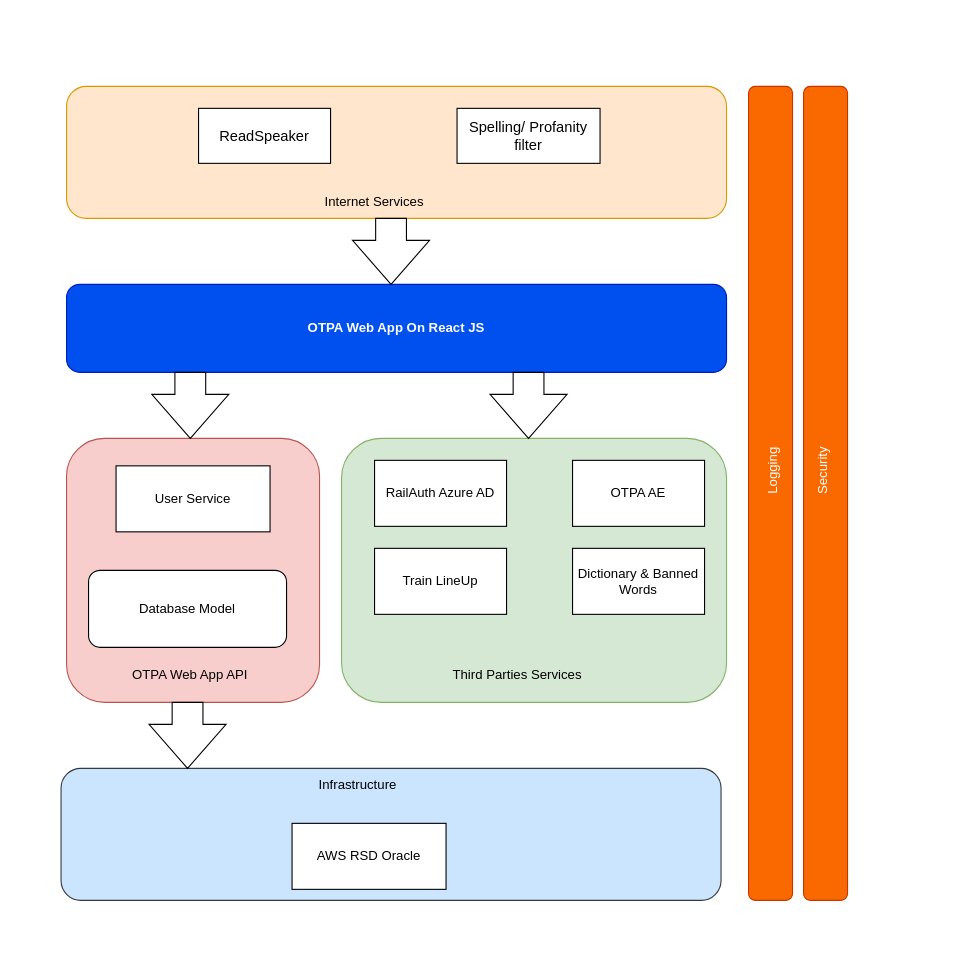
The draw.io diagram common sequence  Diagram.drawio in dieunguyen2003/deploycode, before the edit. Source tidied: cells renumbered, new cells numbered last; positions are measured from the earlier drawing's top-left corner, leaving out a move shared by most shapes. Both pictures are drawn from the tidied source at 110%, with x=0, y=0 at pixel (61, 86).
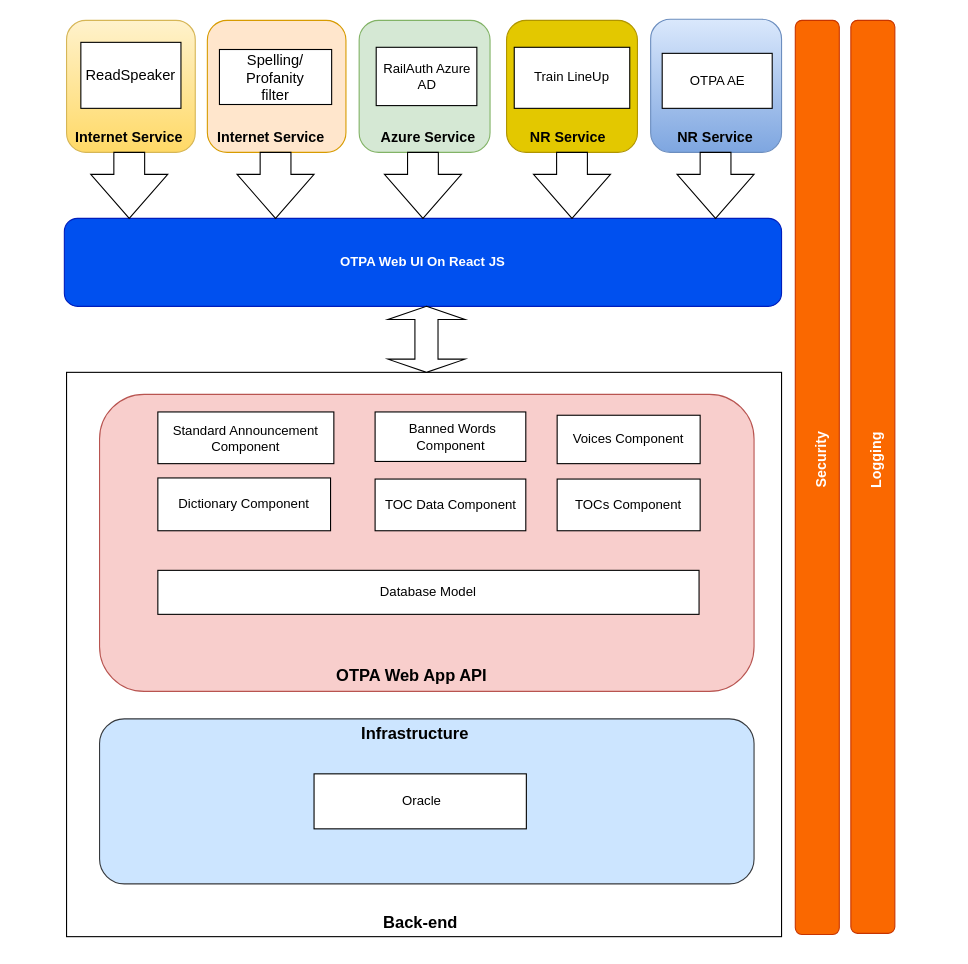
After the change.

Change to the diagram source:
```diff
@@
+    <mxCell id="28" style="rounded=0;whiteSpace=wrap;html=1;labelBorderColor=default;fontSize=13;fontColor=#FFFFFF;" parent="1" vertex="1">
+      <mxGeometry x="5" y="260" width="650" height="513" as="geometry" />
+    </mxCell>
+    <mxCell id="29" style="rounded=1;whiteSpace=wrap;html=1;fillColor=#dae8fc;strokeColor=#6c8ebf;gradientColor=#7ea6e0;" parent="1" vertex="1">
+      <mxGeometry x="536" y="-61" width="119" height="121" as="geometry" />
+    </mxCell>
+    <mxCell id="30" style="rounded=1;whiteSpace=wrap;html=1;fillColor=#e3c800;strokeColor=#B09500;fontColor=#000000;" parent="1" vertex="1">
+      <mxGeometry x="405" y="-60" width="119" height="120" as="geometry" />
+    </mxCell>
+    <mxCell id="31" style="rounded=1;whiteSpace=wrap;html=1;fillColor=#ffe6cc;strokeColor=#d79b00;" parent="1" vertex="1">
+      <mxGeometry x="133" y="-60" width="126" height="120" as="geometry" />
+    </mxCell>
-    <mxCell id="2" value="&lt;b&gt;OTPA Web App On React JS&lt;/b&gt;" style="rounded=1;whiteSpace=wrap;html=1;fillColor=#0050ef;fontColor=#ffffff;strokeColor=#001DBC;" parent="1" vertex="1">
-      <mxGeometry x="5" y="180" width="600" height="80" as="geometry" />
+    <mxCell id="2" value="&lt;b&gt;OTPA Web UI On React JS&lt;/b&gt;" style="rounded=1;whiteSpace=wrap;html=1;fillColor=#0050ef;fontColor=#ffffff;strokeColor=#001DBC;" parent="1" vertex="1">
+      <mxGeometry x="3" y="120" width="652" height="80" as="geometry" />
     </mxCell>
     <mxCell id="3" style="rounded=1;whiteSpace=wrap;html=1;fillColor=#fa6800;fontColor=#000000;strokeColor=#C73500;" parent="1" vertex="1">
-      <mxGeometry x="625" width="40" height="740" as="geometry" />
+      <mxGeometry x="667.5" y="-60" width="40" height="831" as="geometry" />
     </mxCell>
     <mxCell id="4" style="rounded=1;whiteSpace=wrap;html=1;fillColor=#f8cecc;strokeColor=#b85450;" parent="1" vertex="1">
-      <mxGeometry x="5" y="320" width="230" height="240" as="geometry" />
+      <mxGeometry x="35" y="280" width="595" height="270" as="geometry" />
     </mxCell>
     <mxCell id="5" style="rounded=1;whiteSpace=wrap;html=1;fillColor=#d5e8d4;strokeColor=#82b366;" parent="1" vertex="1">
-      <mxGeometry x="255" y="320" width="350" height="240" as="geometry" />
+      <mxGeometry x="271" y="-60" width="119" height="120" as="geometry" />
     </mxCell>
-    <mxCell id="6" style="rounded=1;whiteSpace=wrap;html=1;fillColor=#ffe6cc;strokeColor=#d79b00;" parent="1" vertex="1">
-      <mxGeometry x="5" width="600" height="120" as="geometry" />
+    <mxCell id="6" style="rounded=1;whiteSpace=wrap;html=1;fillColor=#fff2cc;strokeColor=#d6b656;gradientColor=#ffd966;" parent="1" vertex="1">
+      <mxGeometry x="5" y="-60" width="117" height="120" as="geometry" />
     </mxCell>
     <mxCell id="7" value="&lt;span style=&quot;font-size:10.0pt;font-family:&lt;br/&gt;&amp;quot;Arial&amp;quot;,sans-serif;mso-fareast-font-family:&amp;quot;Times New Roman&amp;quot;;mso-ansi-language:&lt;br/&gt;EN-GB;mso-fareast-language:EN-US;mso-bidi-language:AR-SA&quot; lang=&quot;EN-GB&quot;&gt;ReadSpeaker&lt;/span&gt;" style="rounded=0;whiteSpace=wrap;html=1;" parent="1" vertex="1">
-      <mxGeometry x="125" y="20" width="120" height="50" as="geometry" />
+      <mxGeometry x="18" y="-40" width="91" height="60" as="geometry" />
     </mxCell>
     <mxCell id="8" value="&lt;span style=&quot;font-size:10.0pt;font-family:&lt;br/&gt;&amp;quot;Arial&amp;quot;,sans-serif;mso-fareast-font-family:&amp;quot;Times New Roman&amp;quot;;mso-ansi-language:&lt;br/&gt;EN-GB;mso-fareast-language:EN-US;mso-bidi-language:AR-SA&quot; lang=&quot;EN-GB&quot;&gt;Spelling/ Profanity&lt;br/&gt;filter&lt;/span&gt;" style="rounded=0;whiteSpace=wrap;html=1;" parent="1" vertex="1">
-      <mxGeometry x="360" y="20" width="130" height="50" as="geometry" />
+      <mxGeometry x="144" y="-33.5" width="102" height="50" as="geometry" />
     </mxCell>
-    <mxCell id="9" value="Internet Services" style="text;html=1;strokeColor=none;fillColor=none;align=center;verticalAlign=middle;whiteSpace=wrap;rounded=0;" parent="1" vertex="1">
-      <mxGeometry x="185" y="90" width="200" height="30" as="geometry" />
+    <mxCell id="9" value="&lt;font size=&quot;1&quot; style=&quot;&quot;&gt;&lt;b style=&quot;font-size: 13px;&quot;&gt;Internet Service&lt;/b&gt;&lt;/font&gt;" style="text;html=1;strokeColor=none;fillColor=none;align=center;verticalAlign=middle;whiteSpace=wrap;rounded=0;" parent="1" vertex="1">
+      <mxGeometry x="-38" y="32.5" width="200" height="27.5" as="geometry" />
     </mxCell>
-    <mxCell id="10" value="User Service" style="rounded=0;whiteSpace=wrap;html=1;" parent="1" vertex="1">
-      <mxGeometry x="50" y="345" width="140" height="60" as="geometry" />
+    <mxCell id="10" value="Standard Announcement Component" style="rounded=0;whiteSpace=wrap;html=1;" parent="1" vertex="1">
+      <mxGeometry x="88" y="296" width="160" height="47" as="geometry" />
     </mxCell>
-    <mxCell id="11" value="OTPA Web App API" style="text;html=1;strokeColor=none;fillColor=none;align=center;verticalAlign=middle;whiteSpace=wrap;rounded=0;" parent="1" vertex="1">
-      <mxGeometry x="50" y="520" width="135" height="30" as="geometry" />
+    <mxCell id="11" value="OTPA Web App API" style="text;html=1;strokeColor=none;fillColor=none;align=center;verticalAlign=middle;whiteSpace=wrap;rounded=0;fontSize=15;fontStyle=1;" parent="1" vertex="1">
+      <mxGeometry x="233.5" y="520" width="170" height="30" as="geometry" />
     </mxCell>
-    <mxCell id="12" value="Database Model" style="rounded=1;whiteSpace=wrap;html=1;" parent="1" vertex="1">
-      <mxGeometry x="25" y="440" width="180" height="70" as="geometry" />
-    </mxCell>
     <mxCell id="13" value="Train LineUp" style="rounded=0;whiteSpace=wrap;html=1;" parent="1" vertex="1">
-      <mxGeometry x="285" y="420" width="120" height="60" as="geometry" />
+      <mxGeometry x="412" y="-35.5" width="105" height="55.5" as="geometry" />
     </mxCell>
     <mxCell id="14" value="OTPA AE" style="rounded=0;whiteSpace=wrap;html=1;" parent="1" vertex="1">
-      <mxGeometry x="465" y="340" width="120" height="60" as="geometry" />
+      <mxGeometry x="546.5" y="-30" width="100" height="50" as="geometry" />
     </mxCell>
     <mxCell id="15" value="RailAuth Azure AD" style="rounded=0;whiteSpace=wrap;html=1;" parent="1" vertex="1">
-      <mxGeometry x="285" y="340" width="120" height="60" as="geometry" />
+      <mxGeometry x="286.5" y="-35.5" width="91.5" height="53" as="geometry" />
     </mxCell>
-    <mxCell id="16" value="Dictionary &amp;amp; Banned Words" style="rounded=0;whiteSpace=wrap;html=1;" parent="1" vertex="1">
-      <mxGeometry x="465" y="420" width="120" height="60" as="geometry" />
-    </mxCell>
-    <mxCell id="17" value="Third Parties Services" style="text;html=1;strokeColor=none;fillColor=none;align=center;verticalAlign=middle;whiteSpace=wrap;rounded=0;" parent="1" vertex="1">
-      <mxGeometry x="355" y="520" width="120" height="30" as="geometry" />
-    </mxCell>
     <mxCell id="18" style="rounded=1;whiteSpace=wrap;html=1;fillColor=#cce5ff;strokeColor=#36393d;" parent="1" vertex="1">
-      <mxGeometry y="620" width="600" height="120" as="geometry" />
+      <mxGeometry x="35" y="575" width="595" height="150" as="geometry" />
     </mxCell>
-    <mxCell id="19" value="AWS RSD Oracle" style="rounded=0;whiteSpace=wrap;html=1;" parent="1" vertex="1">
-      <mxGeometry x="210" y="670" width="140" height="60" as="geometry" />
+    <mxCell id="19" value="&amp;nbsp;Oracle" style="rounded=0;whiteSpace=wrap;html=1;" parent="1" vertex="1">
+      <mxGeometry x="230" y="625" width="193" height="50" as="geometry" />
     </mxCell>
-    <mxCell id="20" value="Infrastructure" style="text;html=1;strokeColor=none;fillColor=none;align=center;verticalAlign=middle;whiteSpace=wrap;rounded=0;" parent="1" vertex="1">
-      <mxGeometry x="210" y="620" width="120" height="30" as="geometry" />
+    <mxCell id="20" value="Infrastructure" style="text;html=1;strokeColor=none;fillColor=none;align=center;verticalAlign=middle;whiteSpace=wrap;rounded=0;fontSize=15;fontStyle=1;" parent="1" vertex="1">
+      <mxGeometry x="262" y="573" width="120" height="30" as="geometry" />
     </mxCell>
     <mxCell id="21" style="rounded=1;whiteSpace=wrap;html=1;fillColor=#fa6800;fontColor=#000000;strokeColor=#C73500;" parent="1" vertex="1">
-      <mxGeometry x="675" width="40" height="740" as="geometry" />
+      <mxGeometry x="718" y="-60" width="40" height="830" as="geometry" />
     </mxCell>
-    <mxCell id="22" value="Logging" style="text;html=1;strokeColor=none;fillColor=none;align=center;verticalAlign=middle;whiteSpace=wrap;rounded=0;horizontal=0;fontColor=#FFFFFF;" parent="1" vertex="1">
-      <mxGeometry x="580" y="335" width="135" height="30" as="geometry" />
+    <mxCell id="22" value="&lt;font style=&quot;font-size: 13px;&quot;&gt;&lt;b&gt;Logging&lt;/b&gt;&lt;/font&gt;" style="text;html=1;strokeColor=none;fillColor=none;align=center;verticalAlign=middle;whiteSpace=wrap;rounded=0;horizontal=0;fontColor=#FFFFFF;" parent="1" vertex="1">
+      <mxGeometry x="673" y="325.5" width="135" height="30" as="geometry" />
     </mxCell>
-    <mxCell id="23" value="Security" style="text;html=1;strokeColor=none;fillColor=none;align=center;verticalAlign=middle;whiteSpace=wrap;rounded=0;horizontal=0;fontColor=#FFFFFF;" parent="1" vertex="1">
-      <mxGeometry x="625" y="335" width="135" height="30" as="geometry" />
+    <mxCell id="23" value="&lt;font style=&quot;font-size: 13px;&quot;&gt;&lt;b&gt;Security&lt;/b&gt;&lt;/font&gt;" style="text;html=1;strokeColor=none;fillColor=none;align=center;verticalAlign=middle;whiteSpace=wrap;rounded=0;horizontal=0;fontColor=#FFFFFF;" parent="1" vertex="1">
+      <mxGeometry x="623" y="325" width="135" height="30" as="geometry" />
     </mxCell>
     <mxCell id="24" style="html=1;shadow=0;dashed=0;align=center;verticalAlign=middle;shape=mxgraph.arrows2.arrow;dy=0.6;dx=40;direction=south;notch=0;labelBorderColor=default;fontColor=#FFFFFF;" parent="1" vertex="1">
-      <mxGeometry x="265" y="120" width="70" height="60" as="geometry" />
+      <mxGeometry x="160" y="60" width="70" height="60" as="geometry" />
     </mxCell>
-    <mxCell id="25" style="html=1;shadow=0;dashed=0;align=center;verticalAlign=middle;shape=mxgraph.arrows2.arrow;dy=0.6;dx=40;direction=south;notch=0;labelBorderColor=default;fontColor=#FFFFFF;" parent="1" vertex="1">
-      <mxGeometry x="82.5" y="260" width="70" height="60" as="geometry" />
-    </mxCell>
-    <mxCell id="26" style="html=1;shadow=0;dashed=0;align=center;verticalAlign=middle;shape=mxgraph.arrows2.arrow;dy=0.6;dx=40;direction=south;notch=0;labelBorderColor=default;fontColor=#FFFFFF;" parent="1" vertex="1">
-      <mxGeometry x="390" y="260" width="70" height="60" as="geometry" />
-    </mxCell>
-    <mxCell id="27" style="html=1;shadow=0;dashed=0;align=center;verticalAlign=middle;shape=mxgraph.arrows2.arrow;dy=0.6;dx=40;direction=south;notch=0;labelBorderColor=default;fontColor=#FFFFFF;" parent="1" vertex="1">
-      <mxGeometry x="80" y="560" width="70" height="60" as="geometry" />
-    </mxCell>
+    <mxCell id="32" value="Voices Component" style="rounded=0;whiteSpace=wrap;html=1;" parent="1" vertex="1">
+      <mxGeometry x="451" y="299" width="130" height="44" as="geometry" />
+    </mxCell>
+    <mxCell id="33" value="Dictionary Component" style="rounded=0;whiteSpace=wrap;html=1;" parent="1" vertex="1">
+      <mxGeometry x="88" y="356" width="157" height="48" as="geometry" />
+    </mxCell>
+    <mxCell id="34" value="&amp;nbsp;Banned Words Component" style="rounded=0;whiteSpace=wrap;html=1;" parent="1" vertex="1">
+      <mxGeometry x="285.5" y="296" width="137" height="45" as="geometry" />
+    </mxCell>
+    <mxCell id="35" value="TOCs Component" style="rounded=0;whiteSpace=wrap;html=1;" parent="1" vertex="1">
+      <mxGeometry x="451" y="357" width="130" height="47" as="geometry" />
+    </mxCell>
+    <mxCell id="36" value="TOC Data Component" style="rounded=0;whiteSpace=wrap;html=1;" parent="1" vertex="1">
+      <mxGeometry x="285.5" y="357" width="137" height="47" as="geometry" />
+    </mxCell>
+    <mxCell id="12" value="Database Model" style="rounded=0;whiteSpace=wrap;html=1;" parent="1" vertex="1">
+      <mxGeometry x="88" y="440" width="492" height="40" as="geometry" />
+    </mxCell>
+    <mxCell id="37" value="&lt;font size=&quot;1&quot; style=&quot;&quot;&gt;&lt;b style=&quot;font-size: 13px;&quot;&gt;Internet Service&lt;/b&gt;&lt;/font&gt;" style="text;html=1;strokeColor=none;fillColor=none;align=center;verticalAlign=middle;whiteSpace=wrap;rounded=0;" parent="1" vertex="1">
+      <mxGeometry x="90.5" y="32.5" width="200" height="27.5" as="geometry" />
+    </mxCell>
+    <mxCell id="38" value="&lt;font style=&quot;font-size: 13px;&quot;&gt;&lt;b&gt;Azure Service&lt;/b&gt;&lt;/font&gt;" style="text;html=1;strokeColor=none;fillColor=none;align=center;verticalAlign=middle;whiteSpace=wrap;rounded=0;" parent="1" vertex="1">
+      <mxGeometry x="233.5" y="32.5" width="200" height="27.5" as="geometry" />
+    </mxCell>
+    <mxCell id="39" value="&lt;font style=&quot;font-size: 13px;&quot;&gt;&lt;b&gt;NR Service&lt;/b&gt;&lt;/font&gt;" style="text;html=1;strokeColor=none;fillColor=none;align=center;verticalAlign=middle;whiteSpace=wrap;rounded=0;" parent="1" vertex="1">
+      <mxGeometry x="360.5" y="32.5" width="200" height="27.5" as="geometry" />
+    </mxCell>
+    <mxCell id="40" value="&lt;font style=&quot;font-size: 13px;&quot;&gt;&lt;b&gt;NR Service&lt;/b&gt;&lt;/font&gt;" style="text;html=1;strokeColor=none;fillColor=none;align=center;verticalAlign=middle;whiteSpace=wrap;rounded=0;" parent="1" vertex="1">
+      <mxGeometry x="495" y="32.5" width="200" height="27.5" as="geometry" />
+    </mxCell>
+    <mxCell id="41" style="html=1;shadow=0;dashed=0;align=center;verticalAlign=middle;shape=mxgraph.arrows2.arrow;dy=0.6;dx=40;direction=south;notch=0;labelBorderColor=default;fontColor=#FFFFFF;" parent="1" vertex="1">
+      <mxGeometry x="27" y="60" width="70" height="60" as="geometry" />
+    </mxCell>
+    <mxCell id="42" style="html=1;shadow=0;dashed=0;align=center;verticalAlign=middle;shape=mxgraph.arrows2.arrow;dy=0.6;dx=40;direction=south;notch=0;labelBorderColor=default;fontColor=#FFFFFF;" parent="1" vertex="1">
+      <mxGeometry x="294" y="60" width="70" height="60" as="geometry" />
+    </mxCell>
+    <mxCell id="43" style="html=1;shadow=0;dashed=0;align=center;verticalAlign=middle;shape=mxgraph.arrows2.arrow;dy=0.6;dx=40;direction=south;notch=0;labelBorderColor=default;fontColor=#FFFFFF;" parent="1" vertex="1">
+      <mxGeometry x="429.5" y="60" width="70" height="60" as="geometry" />
+    </mxCell>
+    <mxCell id="44" style="html=1;shadow=0;dashed=0;align=center;verticalAlign=middle;shape=mxgraph.arrows2.arrow;dy=0.6;dx=40;direction=south;notch=0;labelBorderColor=default;fontColor=#FFFFFF;" parent="1" vertex="1">
+      <mxGeometry x="560" y="60" width="70" height="60" as="geometry" />
+    </mxCell>
+    <mxCell id="45" style="shape=doubleArrow;direction=south;whiteSpace=wrap;html=1;labelBorderColor=default;fontColor=#FFFFFF;" parent="1" vertex="1">
+      <mxGeometry x="297.2" y="200" width="70" height="60" as="geometry" />
+    </mxCell>
+    <mxCell id="46" value="Back-end" style="text;html=1;strokeColor=none;fillColor=none;align=center;verticalAlign=middle;whiteSpace=wrap;rounded=0;fontSize=15;fontStyle=1;" parent="1" vertex="1">
+      <mxGeometry x="272" y="740" width="110" height="40" as="geometry" />
+    </mxCell>
```
